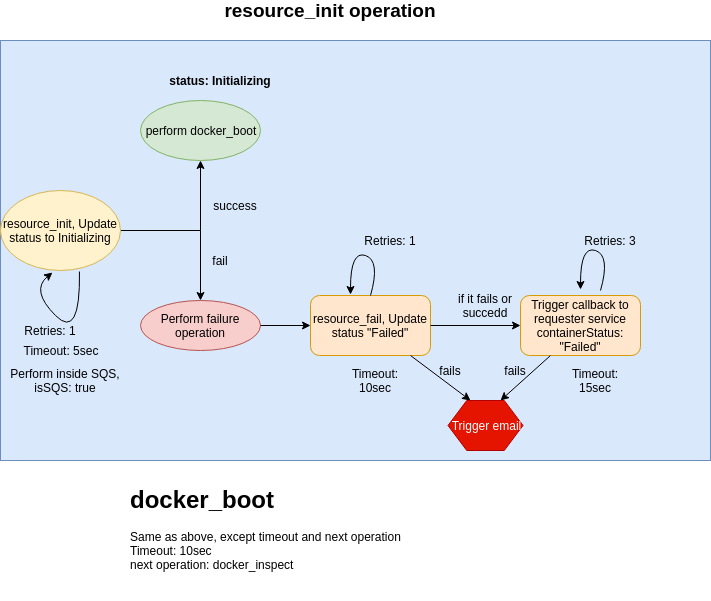
Above: create_resource_operation_2.png in prodipta/blueshift-resouce (draw.io), before the change. Source tidied: cells renumbered, new cells last; positions are measured from the earlier drawing's top-left corner, leaving out a move shared by most shapes. Its diagram source:
```xml
<mxGraphModel>
  <root>
    <mxCell id="0" />
    <mxCell id="1" parent="0" />
    <mxCell id="2" style="rounded=0;whiteSpace=wrap;html=1;fillColor=#dae8fc;strokeColor=#6c8ebf;" parent="1" vertex="1">
      <mxGeometry y="40" width="710" height="420" as="geometry" />
    </mxCell>
    <mxCell id="3" style="edgeStyle=orthogonalEdgeStyle;rounded=0;jettySize=auto;html=1;" parent="1" edge="1" source="4">
      <mxGeometry relative="1" as="geometry">
        <mxPoint x="200" y="160" as="targetPoint" />
        <Array as="points">
          <mxPoint x="200" y="230" />
        </Array>
      </mxGeometry>
    </mxCell>
    <mxCell id="4" value="resource_init, Update status to Initializing" style="ellipse;whiteSpace=wrap;html=1;fillColor=#fff2cc;strokeColor=#d6b656;" parent="1" vertex="1">
      <mxGeometry y="190" width="120" height="80" as="geometry" />
    </mxCell>
    <mxCell id="5" value="success" style="text;html=1;strokeColor=none;fillColor=none;align=center;verticalAlign=middle;whiteSpace=wrap;rounded=0;" parent="1" vertex="1">
      <mxGeometry x="200" y="195" width="70" height="20" as="geometry" />
    </mxCell>
    <mxCell id="6" style="endArrow=classic;html=1;" parent="1" edge="1">
      <mxGeometry relative="1" as="geometry">
        <mxPoint x="200" y="230" as="sourcePoint" />
        <mxPoint x="200" y="300" as="targetPoint" />
      </mxGeometry>
    </mxCell>
    <mxCell id="7" value="fail" style="text;html=1;strokeColor=none;fillColor=none;align=center;verticalAlign=middle;whiteSpace=wrap;rounded=0;" parent="1" vertex="1">
      <mxGeometry x="200" y="250" width="40" height="20" as="geometry" />
    </mxCell>
    <mxCell id="8" value="perform docker_boot" style="ellipse;whiteSpace=wrap;html=1;fillColor=#d5e8d4;strokeColor=#82b366;" parent="1" vertex="1">
      <mxGeometry x="140" y="100" width="120" height="60" as="geometry" />
    </mxCell>
    <mxCell id="9" value="Perform failure operation" style="ellipse;whiteSpace=wrap;html=1;fillColor=#f8cecc;strokeColor=#b85450;" parent="1" vertex="1">
      <mxGeometry x="140" y="300" width="120" height="50" as="geometry" />
    </mxCell>
    <mxCell id="10" style="curved=1;endArrow=classic;html=1;exitX=0.658;exitY=1.013;exitDx=0;exitDy=0;exitPerimeter=0;entryX=0.433;entryY=1.025;entryDx=0;entryDy=0;entryPerimeter=0;" parent="1" edge="1" source="4" target="4">
      <mxGeometry relative="1" as="geometry">
        <Array as="points">
          <mxPoint x="80" y="340" />
          <mxPoint x="30" y="290" />
        </Array>
      </mxGeometry>
    </mxCell>
    <mxCell id="11" value="Retries: 1" style="text;html=1;strokeColor=none;fillColor=none;align=center;verticalAlign=middle;whiteSpace=wrap;rounded=0;" parent="1" vertex="1">
      <mxGeometry x="20" y="320" width="60" height="20" as="geometry" />
    </mxCell>
    <mxCell id="12" value="Timeout: 5sec" style="text;html=1;strokeColor=none;fillColor=none;align=center;verticalAlign=middle;whiteSpace=wrap;rounded=0;" parent="1" vertex="1">
      <mxGeometry x="20" y="340" width="80" height="20" as="geometry" />
    </mxCell>
    <mxCell id="13" value="Perform inside SQS, isSQS: true" style="text;html=1;strokeColor=none;fillColor=none;align=center;verticalAlign=middle;whiteSpace=wrap;rounded=0;" parent="1" vertex="1">
      <mxGeometry y="370" width="130" height="20" as="geometry" />
    </mxCell>
    <mxCell id="14" style="endArrow=classic;html=1;exitX=1;exitY=0.5;exitDx=0;exitDy=0;" parent="1" edge="1" source="9">
      <mxGeometry relative="1" as="geometry">
        <mxPoint x="310" y="325" as="targetPoint" />
      </mxGeometry>
    </mxCell>
    <mxCell id="15" value="resource_fail, Update status &quot;Failed&quot;" style="rounded=1;whiteSpace=wrap;html=1;fillColor=#ffe6cc;strokeColor=#d79b00;" parent="1" vertex="1">
      <mxGeometry x="310" y="295" width="120" height="60" as="geometry" />
    </mxCell>
    <mxCell id="16" value="Timeout: 10sec" style="text;html=1;strokeColor=none;fillColor=none;align=center;verticalAlign=middle;whiteSpace=wrap;rounded=0;" parent="1" vertex="1">
      <mxGeometry x="340" y="370" width="70" height="20" as="geometry" />
    </mxCell>
    <mxCell id="17" style="curved=1;endArrow=classic;html=1;exitX=0.5;exitY=0;exitDx=0;exitDy=0;" parent="1" edge="1" source="15">
      <mxGeometry relative="1" as="geometry">
        <mxPoint x="350" y="294" as="targetPoint" />
        <Array as="points">
          <mxPoint x="380" y="260" />
          <mxPoint x="350" y="250" />
        </Array>
      </mxGeometry>
    </mxCell>
    <mxCell id="18" value="Retries: 1" style="text;html=1;strokeColor=none;fillColor=none;align=center;verticalAlign=middle;whiteSpace=wrap;rounded=0;" parent="1" vertex="1">
      <mxGeometry x="360" y="230" width="60" height="20" as="geometry" />
    </mxCell>
    <mxCell id="19" style="endArrow=classic;html=1;exitX=1;exitY=0.5;exitDx=0;exitDy=0;" parent="1" edge="1" source="15">
      <mxGeometry relative="1" as="geometry">
        <mxPoint x="520" y="325" as="targetPoint" />
      </mxGeometry>
    </mxCell>
    <mxCell id="20" value="if it fails or succedd" style="text;html=1;strokeColor=none;fillColor=none;align=center;verticalAlign=middle;whiteSpace=wrap;rounded=0;" parent="1" vertex="1">
      <mxGeometry x="440" y="295" width="90" height="20" as="geometry" />
    </mxCell>
    <mxCell id="21" value="Trigger callback to requester service&lt;br&gt;containerStatus: &quot;Failed&quot;" style="rounded=1;whiteSpace=wrap;html=1;fillColor=#ffe6cc;strokeColor=#d79b00;" parent="1" vertex="1">
      <mxGeometry x="520" y="295" width="120" height="60" as="geometry" />
    </mxCell>
    <mxCell id="22" style="curved=1;endArrow=classic;html=1;exitX=0.5;exitY=0;exitDx=0;exitDy=0;" parent="1" edge="1">
      <mxGeometry relative="1" as="geometry">
        <mxPoint x="600" y="290" as="sourcePoint" />
        <mxPoint x="580" y="289" as="targetPoint" />
        <Array as="points">
          <mxPoint x="610" y="255" />
          <mxPoint x="580" y="245" />
        </Array>
      </mxGeometry>
    </mxCell>
    <mxCell id="23" value="Retries: 3" style="text;html=1;strokeColor=none;fillColor=none;align=center;verticalAlign=middle;whiteSpace=wrap;rounded=0;" parent="1" vertex="1">
      <mxGeometry x="580" y="230" width="60" height="20" as="geometry" />
    </mxCell>
    <mxCell id="24" value="Timeout: 15sec" style="text;html=1;strokeColor=none;fillColor=none;align=center;verticalAlign=middle;whiteSpace=wrap;rounded=0;" parent="1" vertex="1">
      <mxGeometry x="560" y="370" width="70" height="20" as="geometry" />
    </mxCell>
    <mxCell id="25" style="endArrow=classic;html=1;" parent="1" edge="1" source="15">
      <mxGeometry relative="1" as="geometry">
        <mxPoint x="470" y="400" as="targetPoint" />
      </mxGeometry>
    </mxCell>
    <mxCell id="26" style="endArrow=classic;html=1;exitX=0.25;exitY=1;exitDx=0;exitDy=0;" parent="1" edge="1" source="21">
      <mxGeometry relative="1" as="geometry">
        <mxPoint x="500" y="400" as="targetPoint" />
      </mxGeometry>
    </mxCell>
    <mxCell id="27" value="Trigger email" style="shape=hexagon;perimeter=hexagonPerimeter2;whiteSpace=wrap;html=1;fillColor=#e51400;strokeColor=#B20000;fontColor=#ffffff;" parent="1" vertex="1">
      <mxGeometry x="447.5" y="400" width="75" height="50" as="geometry" />
    </mxCell>
    <mxCell id="28" value="fails" style="text;html=1;strokeColor=none;fillColor=none;align=center;verticalAlign=middle;whiteSpace=wrap;rounded=0;" parent="1" vertex="1">
      <mxGeometry x="430" y="360" width="40" height="20" as="geometry" />
    </mxCell>
    <mxCell id="29" value="fails" style="text;html=1;strokeColor=none;fillColor=none;align=center;verticalAlign=middle;whiteSpace=wrap;rounded=0;" parent="1" vertex="1">
      <mxGeometry x="495" y="360" width="40" height="20" as="geometry" />
    </mxCell>
    <mxCell id="30" value="resource_init operation" style="text;html=1;strokeColor=none;fillColor=none;align=center;verticalAlign=middle;whiteSpace=wrap;rounded=0;fontStyle=1;fontSize=19;" parent="1" vertex="1">
      <mxGeometry x="10" width="640" height="20" as="geometry" />
    </mxCell>
    <mxCell id="31" value="status: Initializing" style="text;html=1;strokeColor=none;fillColor=none;align=center;verticalAlign=middle;whiteSpace=wrap;rounded=0;fontSize=12;fontStyle=1;" parent="1" vertex="1">
      <mxGeometry x="160" y="70" width="120" height="20" as="geometry" />
    </mxCell>
    <mxCell id="32" value="&lt;h1&gt;docker_boot&lt;/h1&gt;&lt;div&gt;Same as above, except timeout and next operation&lt;/div&gt;&lt;div&gt;Timeout:&amp;nbsp;10sec&lt;/div&gt;&lt;div&gt;next operation: docker_inspect&lt;/div&gt;" style="text;html=1;strokeColor=none;fillColor=none;spacing=5;spacingTop=-20;whiteSpace=wrap;overflow=hidden;rounded=0;fontSize=12;" parent="1" vertex="1">
      <mxGeometry x="125" y="480" width="555" height="120" as="geometry" />
    </mxCell>
  </root>
</mxGraphModel>
```
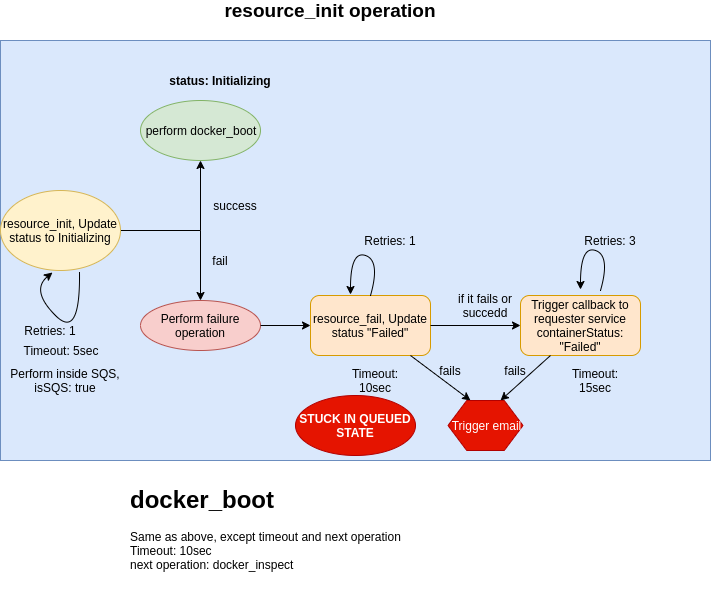
After the change.

Diff of the diagram source:
```diff
@@ -129,5 +129,8 @@
     <mxCell id="32" value="&lt;h1&gt;docker_boot&lt;/h1&gt;&lt;div&gt;Same as above, except timeout and next operation&lt;/div&gt;&lt;div&gt;Timeout:&amp;nbsp;10sec&lt;/div&gt;&lt;div&gt;next operation: docker_inspect&lt;/div&gt;" style="text;html=1;strokeColor=none;fillColor=none;spacing=5;spacingTop=-20;whiteSpace=wrap;overflow=hidden;rounded=0;fontSize=12;" parent="1" vertex="1">
       <mxGeometry x="125" y="480" width="555" height="120" as="geometry" />
     </mxCell>
+    <mxCell id="33" value="STUCK IN QUEUED STATE" style="ellipse;whiteSpace=wrap;html=1;fillColor=#e51400;strokeColor=#B20000;fontColor=#ffffff;fontStyle=1;" parent="1" vertex="1">
+      <mxGeometry x="295" y="395" width="120" height="60" as="geometry" />
+    </mxCell>
   </root>
 </mxGraphModel>
```
